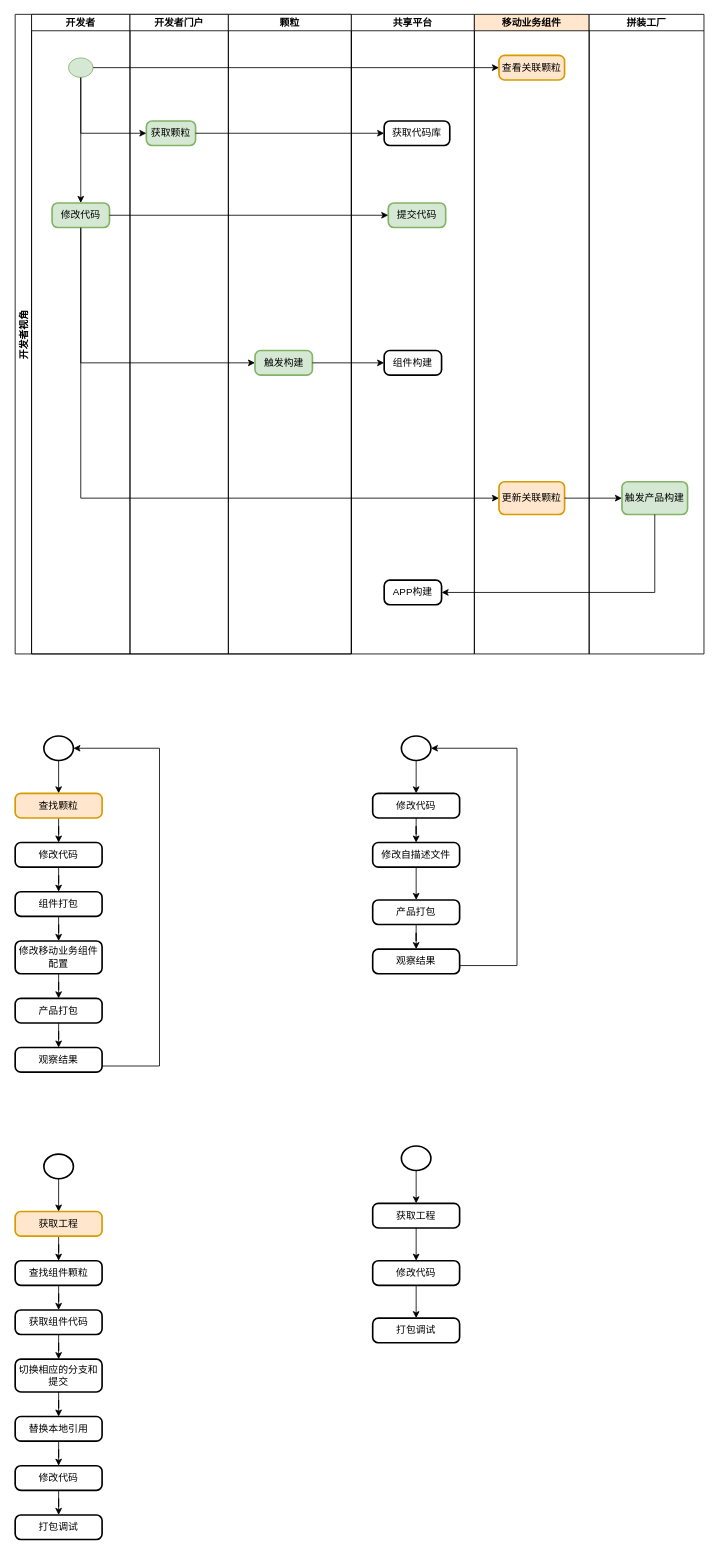
This is page "定制流程" (7 of 25) of nd-apf.drawio from kwhitestone/drawio, a draw.io file, before an edit. Source tidied: cells renumbered, new cells numbered last; positions are measured from the earlier drawing's top-left corner, leaving out a move shared by most shapes. Both pictures are drawn from the tidied source at 82%, with x=0, y=0 at pixel (15, 14).
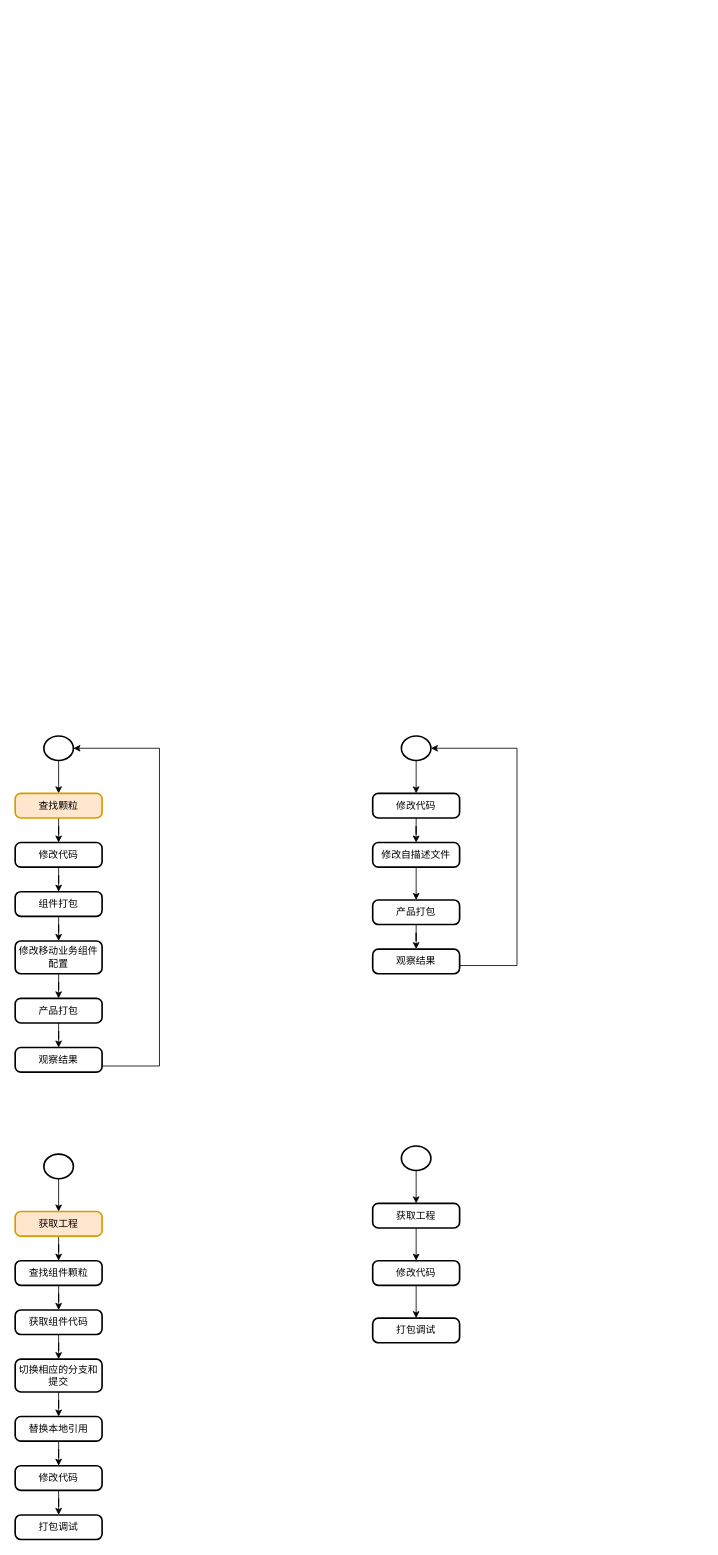
The same page after the edit.

What changed in the source:
```diff
@@
-    <mxCell id="2" value="开发者视角" style="swimlane;startSize=20;horizontal=0;" parent="1" vertex="1">
-      <mxGeometry width="410" height="780" as="geometry" />
-    </mxCell>
-    <mxCell id="3" style="edgeStyle=orthogonalEdgeStyle;rounded=0;jettySize=auto;html=1;entryX=0;entryY=0.5;entryDx=0;entryDy=0;exitX=0.5;exitY=1;exitDx=0;exitDy=0;" parent="2" edge="1" source="5" target="11">
-      <mxGeometry relative="1" as="geometry" />
-    </mxCell>
-    <mxCell id="4" value="开发者" style="swimlane;startSize=20;" parent="2" vertex="1">
-      <mxGeometry x="20" width="120" height="780" as="geometry" />
-    </mxCell>
-    <mxCell id="5" value="修改代码" style="rounded=1;whiteSpace=wrap;html=1;absoluteArcSize=1;arcSize=14;strokeWidth=2;fillColor=#d5e8d4;strokeColor=#82b366;" parent="4" vertex="1">
-      <mxGeometry x="25" y="230" width="70" height="30" as="geometry" />
-    </mxCell>
-    <mxCell id="6" style="edgeStyle=orthogonalEdgeStyle;rounded=0;jettySize=auto;html=1;entryX=0.5;entryY=0;entryDx=0;entryDy=0;" parent="4" edge="1" source="7" target="5">
-      <mxGeometry relative="1" as="geometry" />
-    </mxCell>
-    <mxCell id="7" style="verticalLabelPosition=bottom;verticalAlign=top;html=1;shape=mxgraph.flowchart.on-page_reference;fillColor=#d5e8d4;strokeColor=#82b366;" parent="4" vertex="1">
-      <mxGeometry x="45" y="53.1" width="30" height="23.8" as="geometry" />
-    </mxCell>
-    <mxCell id="8" value="开发者门户" style="swimlane;startSize=20;" parent="2" vertex="1">
-      <mxGeometry x="140" width="120" height="780" as="geometry" />
-    </mxCell>
-    <mxCell id="9" value="获取颗粒" style="rounded=1;whiteSpace=wrap;html=1;absoluteArcSize=1;arcSize=14;strokeWidth=2;fillColor=#d5e8d4;strokeColor=#82b366;" parent="8" vertex="1">
-      <mxGeometry x="20" y="130" width="60" height="30" as="geometry" />
-    </mxCell>
-    <mxCell id="10" value="颗粒" style="swimlane;startSize=20;" parent="2" vertex="1">
-      <mxGeometry x="260" width="150" height="780" as="geometry" />
-    </mxCell>
-    <mxCell id="11" value="触发构建" style="rounded=1;whiteSpace=wrap;html=1;absoluteArcSize=1;arcSize=14;strokeWidth=2;fillColor=#d5e8d4;strokeColor=#82b366;" parent="10" vertex="1">
-      <mxGeometry x="32.5" y="410" width="70" height="30" as="geometry" />
-    </mxCell>
-    <mxCell id="12" style="edgeStyle=orthogonalEdgeStyle;rounded=0;jettySize=auto;html=1;entryX=0;entryY=0.5;entryDx=0;entryDy=0;exitX=0.5;exitY=1;exitDx=0;exitDy=0;exitPerimeter=0;" parent="2" edge="1" source="7" target="9">
-      <mxGeometry relative="1" as="geometry" />
-    </mxCell>
-    <mxCell id="13" value="共享平台" style="swimlane;startSize=20;" parent="1" vertex="1">
-      <mxGeometry x="410" width="150" height="780" as="geometry" />
-    </mxCell>
-    <mxCell id="14" value="提交代码" style="rounded=1;whiteSpace=wrap;html=1;absoluteArcSize=1;arcSize=14;strokeWidth=2;fillColor=#d5e8d4;strokeColor=#82b366;" parent="13" vertex="1">
-      <mxGeometry x="45" y="230" width="70" height="30" as="geometry" />
-    </mxCell>
-    <mxCell id="15" value="获取代码库" style="rounded=1;whiteSpace=wrap;html=1;absoluteArcSize=1;arcSize=14;strokeWidth=2;" parent="13" vertex="1">
-      <mxGeometry x="40" y="130" width="80" height="30" as="geometry" />
-    </mxCell>
-    <mxCell id="16" value="组件构建" style="rounded=1;whiteSpace=wrap;html=1;absoluteArcSize=1;arcSize=14;strokeWidth=2;" parent="13" vertex="1">
-      <mxGeometry x="40" y="410" width="70" height="30" as="geometry" />
-    </mxCell>
-    <mxCell id="17" value="APP构建" style="rounded=1;whiteSpace=wrap;html=1;absoluteArcSize=1;arcSize=14;strokeWidth=2;" parent="13" vertex="1">
-      <mxGeometry x="40" y="690" width="70" height="30" as="geometry" />
-    </mxCell>
-    <mxCell id="18" value="移动业务组件" style="swimlane;startSize=20;fillColor=#ffe6cc;strokeColor=#000000;" parent="1" vertex="1">
-      <mxGeometry x="560" width="140" height="780" as="geometry" />
-    </mxCell>
-    <mxCell id="19" value="更新关联颗粒" style="rounded=1;whiteSpace=wrap;html=1;absoluteArcSize=1;arcSize=14;strokeWidth=2;fillColor=#ffe6cc;strokeColor=#d79b00;" parent="18" vertex="1">
-      <mxGeometry x="30" y="570" width="80" height="40" as="geometry" />
-    </mxCell>
-    <mxCell id="20" value="查看关联颗粒" style="rounded=1;whiteSpace=wrap;html=1;absoluteArcSize=1;arcSize=14;strokeWidth=2;fillColor=#ffe6cc;strokeColor=#d79b00;" parent="18" vertex="1">
-      <mxGeometry x="30" y="50" width="80" height="30" as="geometry" />
-    </mxCell>
-    <mxCell id="21" value="拼装工厂" style="swimlane;startSize=20;" parent="1" vertex="1">
-      <mxGeometry x="700" width="140" height="780" as="geometry" />
-    </mxCell>
-    <mxCell id="22" value="触发产品构建" style="rounded=1;whiteSpace=wrap;html=1;absoluteArcSize=1;arcSize=14;strokeWidth=2;fillColor=#d5e8d4;strokeColor=#82b366;" parent="21" vertex="1">
-      <mxGeometry x="40" y="570" width="80" height="40" as="geometry" />
-    </mxCell>
-    <mxCell id="23" style="edgeStyle=orthogonalEdgeStyle;rounded=0;jettySize=auto;html=1;entryX=0;entryY=0.5;entryDx=0;entryDy=0;exitX=1;exitY=0.5;exitDx=0;exitDy=0;" parent="1" edge="1" source="5" target="14">
-      <mxGeometry relative="1" as="geometry" />
-    </mxCell>
-    <mxCell id="24" style="edgeStyle=orthogonalEdgeStyle;rounded=0;jettySize=auto;html=1;entryX=0;entryY=0.5;entryDx=0;entryDy=0;" parent="1" edge="1" source="9" target="15">
-      <mxGeometry relative="1" as="geometry" />
-    </mxCell>
-    <mxCell id="25" style="edgeStyle=orthogonalEdgeStyle;rounded=0;jettySize=auto;html=1;" parent="1" edge="1" source="11" target="16">
-      <mxGeometry relative="1" as="geometry" />
-    </mxCell>
-    <mxCell id="26" style="edgeStyle=orthogonalEdgeStyle;rounded=0;jettySize=auto;html=1;entryX=0;entryY=0.5;entryDx=0;entryDy=0;exitX=0.5;exitY=1;exitDx=0;exitDy=0;" parent="1" edge="1" source="5" target="19">
-      <mxGeometry relative="1" as="geometry" />
-    </mxCell>
-    <mxCell id="27" style="edgeStyle=orthogonalEdgeStyle;rounded=0;jettySize=auto;html=1;entryX=0;entryY=0.5;entryDx=0;entryDy=0;" parent="1" edge="1" source="7" target="20">
-      <mxGeometry relative="1" as="geometry" />
-    </mxCell>
-    <mxCell id="28" style="edgeStyle=orthogonalEdgeStyle;rounded=0;jettySize=auto;html=1;entryX=0;entryY=0.5;entryDx=0;entryDy=0;" parent="1" edge="1" source="19" target="22">
-      <mxGeometry relative="1" as="geometry" />
-    </mxCell>
-    <mxCell id="29" style="edgeStyle=orthogonalEdgeStyle;rounded=0;jettySize=auto;html=1;entryX=1;entryY=0.5;entryDx=0;entryDy=0;exitX=0.5;exitY=1;exitDx=0;exitDy=0;" parent="1" edge="1" source="22" target="17">
-      <mxGeometry relative="1" as="geometry" />
-    </mxCell>
```
